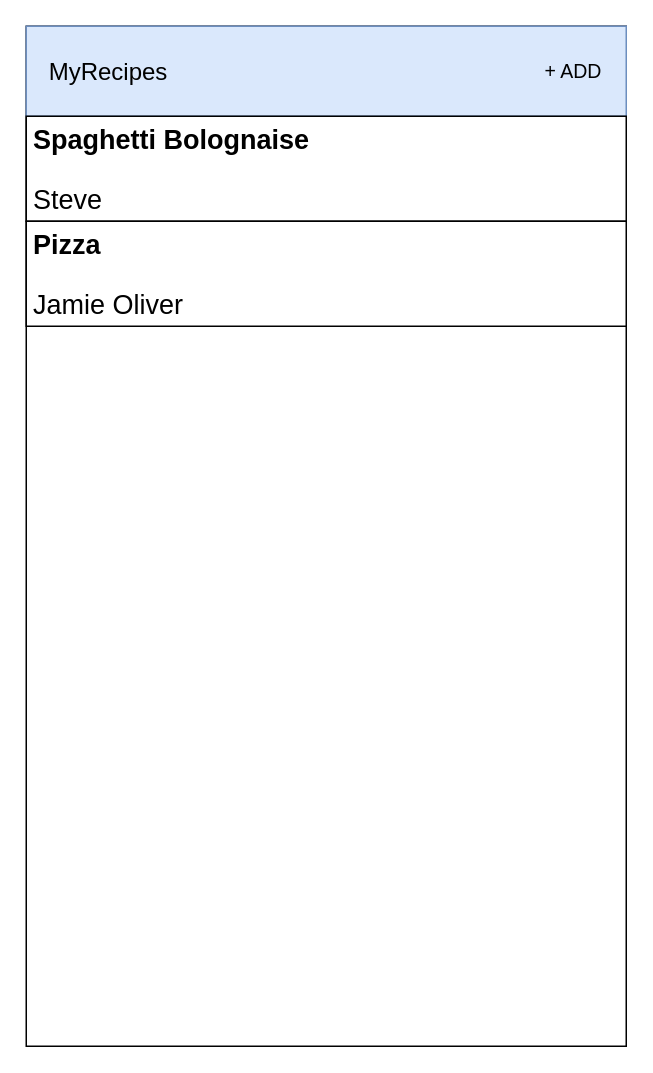
Earlier version of the draw.io diagram page "Recipes Home Page" (1 of 2) of WireFrame/MyRecipes App.drawio (Benjamin124124/L6SD-MAD-MyRecipes). Source tidied: cells renumbered, new cells numbered last; positions are measured from the earlier drawing's top-left corner, leaving out a move shared by most shapes. Both pictures are drawn from the tidied source at 150%, with x=0, y=0 at pixel (26, 26).
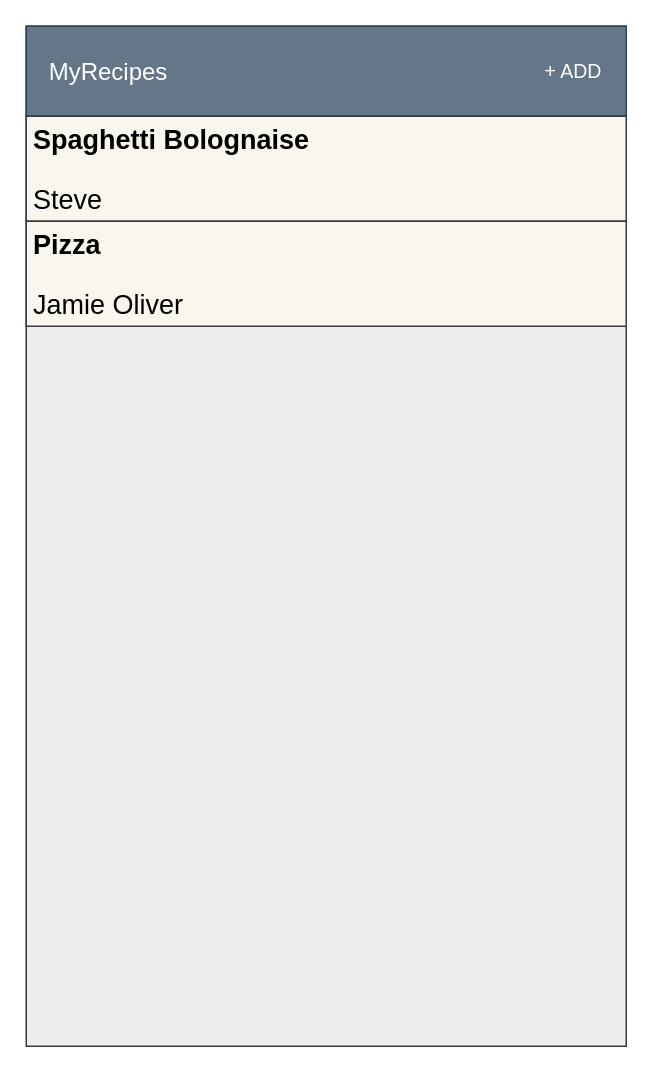
Above is the later version.

Diff of the diagram source:
```diff
@@
 <mxGraphModel>
   <root>
     <mxCell id="0" />
     <mxCell id="1" parent="0" />
-    <mxCell id="2" style="rounded=0;whiteSpace=wrap;html=1;" parent="1" vertex="1">
+    <mxCell id="2" style="rounded=0;whiteSpace=wrap;html=1;fillColor=#eeeeee;strokeColor=#36393d;" parent="1" vertex="1">
       <mxGeometry width="400" height="680" as="geometry" />
     </mxCell>
-    <mxCell id="3" style="rounded=0;whiteSpace=wrap;html=1;fillColor=#dae8fc;strokeColor=#6c8ebf;" parent="1" vertex="1">
+    <mxCell id="3" style="rounded=0;whiteSpace=wrap;html=1;fillColor=#647687;strokeColor=#314354;fontColor=#ffffff;" parent="1" vertex="1">
       <mxGeometry width="400" height="60" as="geometry" />
     </mxCell>
-    <mxCell id="4" value="&lt;font style=&quot;font-size: 16px&quot;&gt;MyRecipes&lt;/font&gt;" style="text;html=1;strokeColor=none;fillColor=none;align=center;verticalAlign=middle;whiteSpace=wrap;rounded=0;" parent="1" vertex="1">
+    <mxCell id="4" value="&lt;font style=&quot;font-size: 16px&quot; color=&quot;#ffffff&quot;&gt;MyRecipes&lt;/font&gt;" style="text;html=1;strokeColor=none;fillColor=none;align=center;verticalAlign=middle;whiteSpace=wrap;rounded=0;" parent="1" vertex="1">
       <mxGeometry x="10" y="10" width="90" height="40" as="geometry" />
     </mxCell>
-    <mxCell id="5" value="&lt;font style=&quot;font-size: 13px&quot;&gt;+ ADD&lt;/font&gt;" style="text;html=1;strokeColor=none;fillColor=none;align=center;verticalAlign=middle;whiteSpace=wrap;rounded=0;fontSize=14;" parent="1" vertex="1">
+    <mxCell id="5" value="&lt;font style=&quot;font-size: 13px&quot; color=&quot;#ffffff&quot;&gt;+ ADD&lt;/font&gt;" style="text;html=1;strokeColor=none;fillColor=none;align=center;verticalAlign=middle;whiteSpace=wrap;rounded=0;fontSize=14;" parent="1" vertex="1">
       <mxGeometry x="340" y="15" width="50" height="30" as="geometry" />
     </mxCell>
-    <mxCell id="6" style="rounded=0;whiteSpace=wrap;html=1;fontSize=16;" parent="1" vertex="1">
+    <mxCell id="6" style="rounded=0;whiteSpace=wrap;html=1;fontSize=16;fillColor=#f9f7ed;strokeColor=#36393d;" parent="1" vertex="1">
       <mxGeometry y="60" width="400" height="70" as="geometry" />
     </mxCell>
     <mxCell id="7" value="&lt;p style=&quot;line-height: 1&quot;&gt;&lt;/p&gt;&lt;h1 style=&quot;font-size: 18px&quot;&gt;&lt;font style=&quot;line-height: 1 ; font-size: 18px&quot;&gt;Spaghetti Bolognaise&lt;/font&gt;&lt;/h1&gt;&lt;p style=&quot;font-size: 18px&quot;&gt;&lt;font style=&quot;font-size: 18px&quot;&gt;Steve&lt;/font&gt;&lt;/p&gt;&lt;p&gt;&lt;/p&gt;" style="text;html=1;strokeColor=none;fillColor=none;spacing=5;spacingTop=-20;whiteSpace=wrap;overflow=hidden;rounded=0;fontSize=16;" parent="1" vertex="1">
       <mxGeometry y="60" width="210" height="70" as="geometry" />
     </mxCell>
-    <mxCell id="8" style="rounded=0;whiteSpace=wrap;html=1;fontSize=16;" parent="1" vertex="1">
+    <mxCell id="8" style="rounded=0;whiteSpace=wrap;html=1;fontSize=16;fillColor=#f9f7ed;strokeColor=#36393d;" parent="1" vertex="1">
       <mxGeometry y="130" width="400" height="70" as="geometry" />
     </mxCell>
     <mxCell id="9" value="&lt;p style=&quot;line-height: 1&quot;&gt;&lt;/p&gt;&lt;h1 style=&quot;font-size: 18px&quot;&gt;Pizza&lt;/h1&gt;&lt;p style=&quot;font-size: 18px&quot;&gt;Jamie Oliver&lt;/p&gt;&lt;p&gt;&lt;/p&gt;" style="text;html=1;strokeColor=none;fillColor=none;spacing=5;spacingTop=-20;whiteSpace=wrap;overflow=hidden;rounded=0;fontSize=16;" parent="1" vertex="1">
       <mxGeometry y="130" width="210" height="70" as="geometry" />
     </mxCell>
   </root>
 </mxGraphModel>
```
